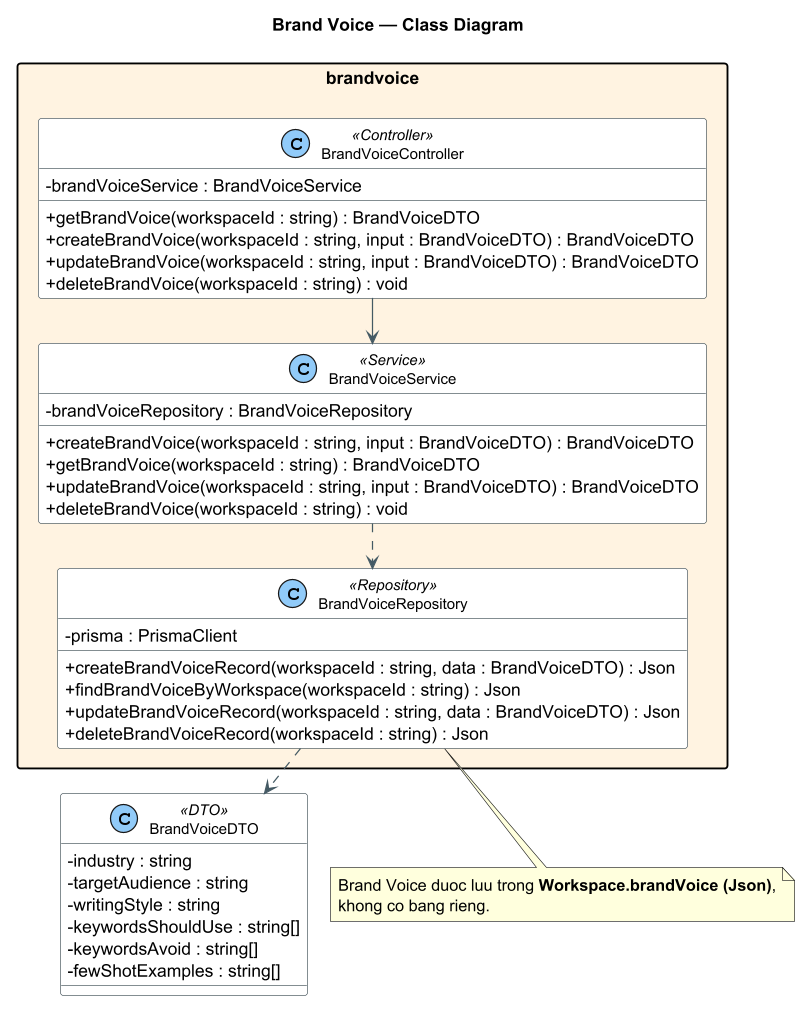
This is docs/diagrams/03-brandvoice.png from Pham-Hong-Ky/marka-capstone, a PlantUML export, as it was before one commit.
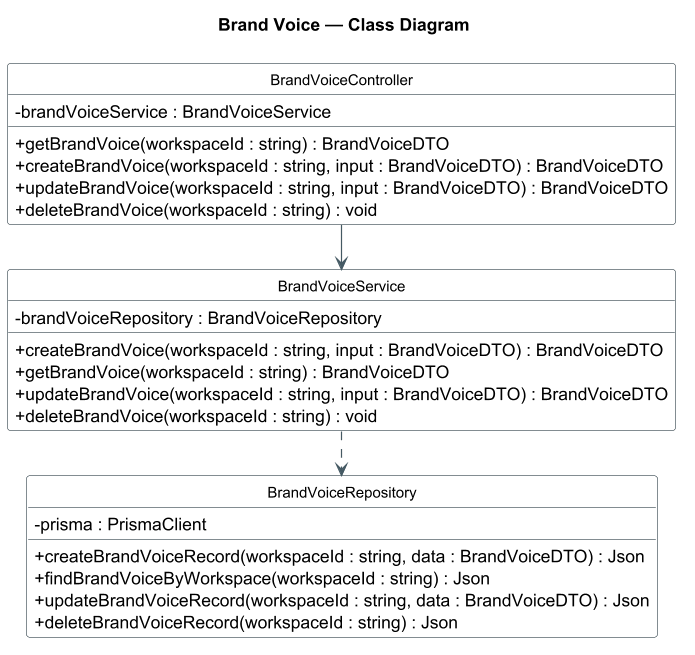
Later version of the same file.

What changed in the source:
```diff
@@ -11,48 +11,31 @@
   ArrowColor #455A64
   FontSize 12
 }
-skinparam stereotypeCBackgroundColor #90CAF9
+hide circle
 title Brand Voice — Class Diagram
 
-package "brandvoice" #FFF3E0 {
-  class BrandVoiceController <<Controller>> {
-    - brandVoiceService : BrandVoiceService
-    + getBrandVoice(workspaceId : string) : BrandVoiceDTO
-    + createBrandVoice(workspaceId : string, input : BrandVoiceDTO) : BrandVoiceDTO
-    + updateBrandVoice(workspaceId : string, input : BrandVoiceDTO) : BrandVoiceDTO
-    + deleteBrandVoice(workspaceId : string) : void
-  }
-  class BrandVoiceService <<Service>> {
-    - brandVoiceRepository : BrandVoiceRepository
-    + createBrandVoice(workspaceId : string, input : BrandVoiceDTO) : BrandVoiceDTO
-    + getBrandVoice(workspaceId : string) : BrandVoiceDTO
-    + updateBrandVoice(workspaceId : string, input : BrandVoiceDTO) : BrandVoiceDTO
-    + deleteBrandVoice(workspaceId : string) : void
-  }
-  class BrandVoiceRepository <<Repository>> {
-    - prisma : PrismaClient
-    + createBrandVoiceRecord(workspaceId : string, data : BrandVoiceDTO) : Json
-    + findBrandVoiceByWorkspace(workspaceId : string) : Json
-    + updateBrandVoiceRecord(workspaceId : string, data : BrandVoiceDTO) : Json
-    + deleteBrandVoiceRecord(workspaceId : string) : Json
-  }
+class BrandVoiceController {
+  - brandVoiceService : BrandVoiceService
+  + getBrandVoice(workspaceId : string) : BrandVoiceDTO
+  + createBrandVoice(workspaceId : string, input : BrandVoiceDTO) : BrandVoiceDTO
+  + updateBrandVoice(workspaceId : string, input : BrandVoiceDTO) : BrandVoiceDTO
+  + deleteBrandVoice(workspaceId : string) : void
 }
-
-class BrandVoiceDTO <<DTO>> {
-  - industry : string
-  - targetAudience : string
-  - writingStyle : string
-  - keywordsShouldUse : string[]
-  - keywordsAvoid : string[]
-  - fewShotExamples : string[]
+class BrandVoiceService {
+  - brandVoiceRepository : BrandVoiceRepository
+  + createBrandVoice(workspaceId : string, input : BrandVoiceDTO) : BrandVoiceDTO
+  + getBrandVoice(workspaceId : string) : BrandVoiceDTO
+  + updateBrandVoice(workspaceId : string, input : BrandVoiceDTO) : BrandVoiceDTO
+  + deleteBrandVoice(workspaceId : string) : void
+}
+class BrandVoiceRepository {
+  - prisma : PrismaClient
+  + createBrandVoiceRecord(workspaceId : string, data : BrandVoiceDTO) : Json
+  + findBrandVoiceByWorkspace(workspaceId : string) : Json
+  + updateBrandVoiceRecord(workspaceId : string, data : BrandVoiceDTO) : Json
+  + deleteBrandVoiceRecord(workspaceId : string) : Json
 }
 
 BrandVoiceController --> BrandVoiceService
 BrandVoiceService ..> BrandVoiceRepository
-BrandVoiceRepository ..> BrandVoiceDTO
-
-note bottom of BrandVoiceRepository
-  Brand Voice duoc luu trong **Workspace.brandVoice (Json)**,
-  khong co bang rieng.
-end note
 @enduml
```
